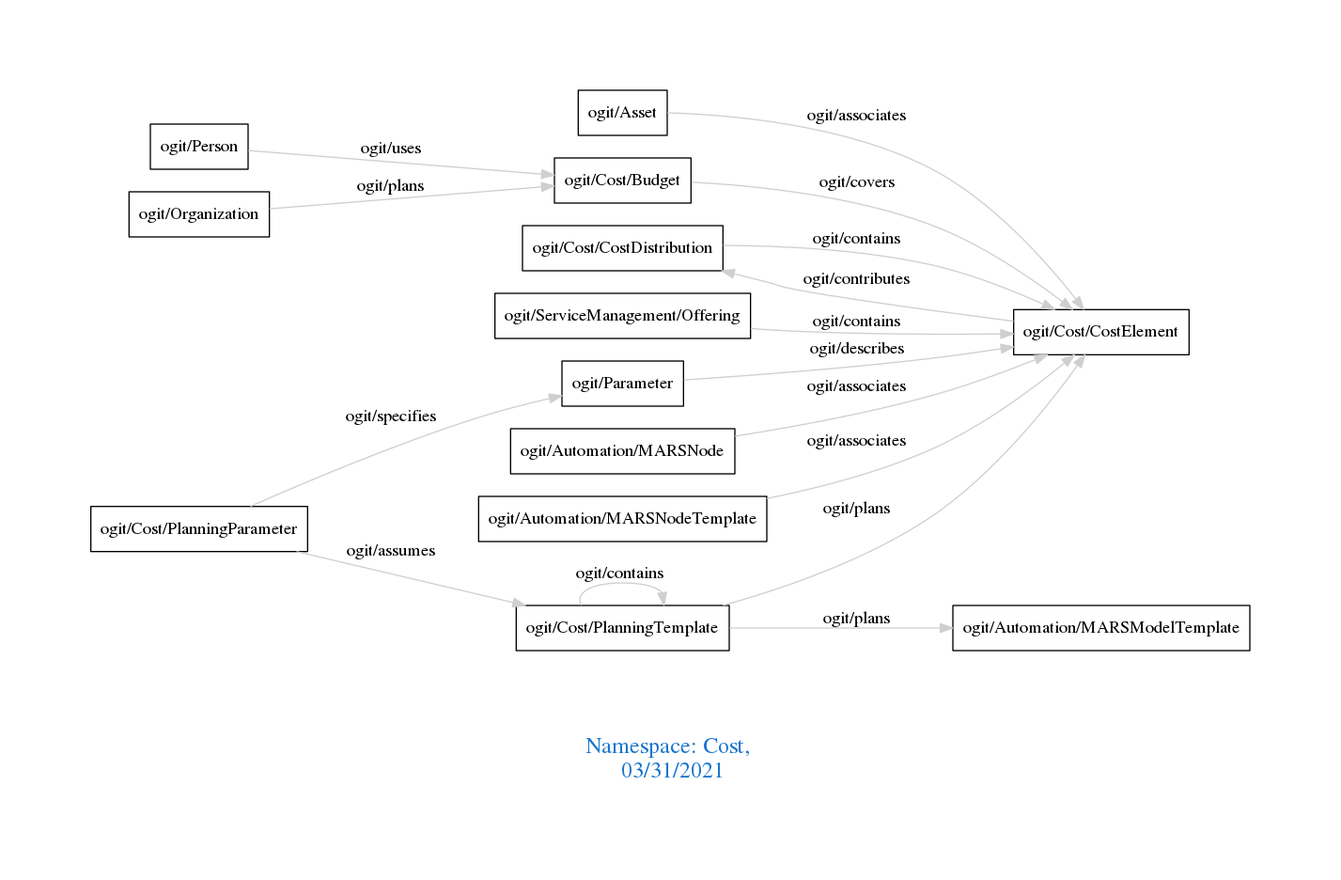
Above: downloads/Cost.png in arago/OGIT (Graphviz), before the change. Its source is kept beside it as downloads/Cost.dot.
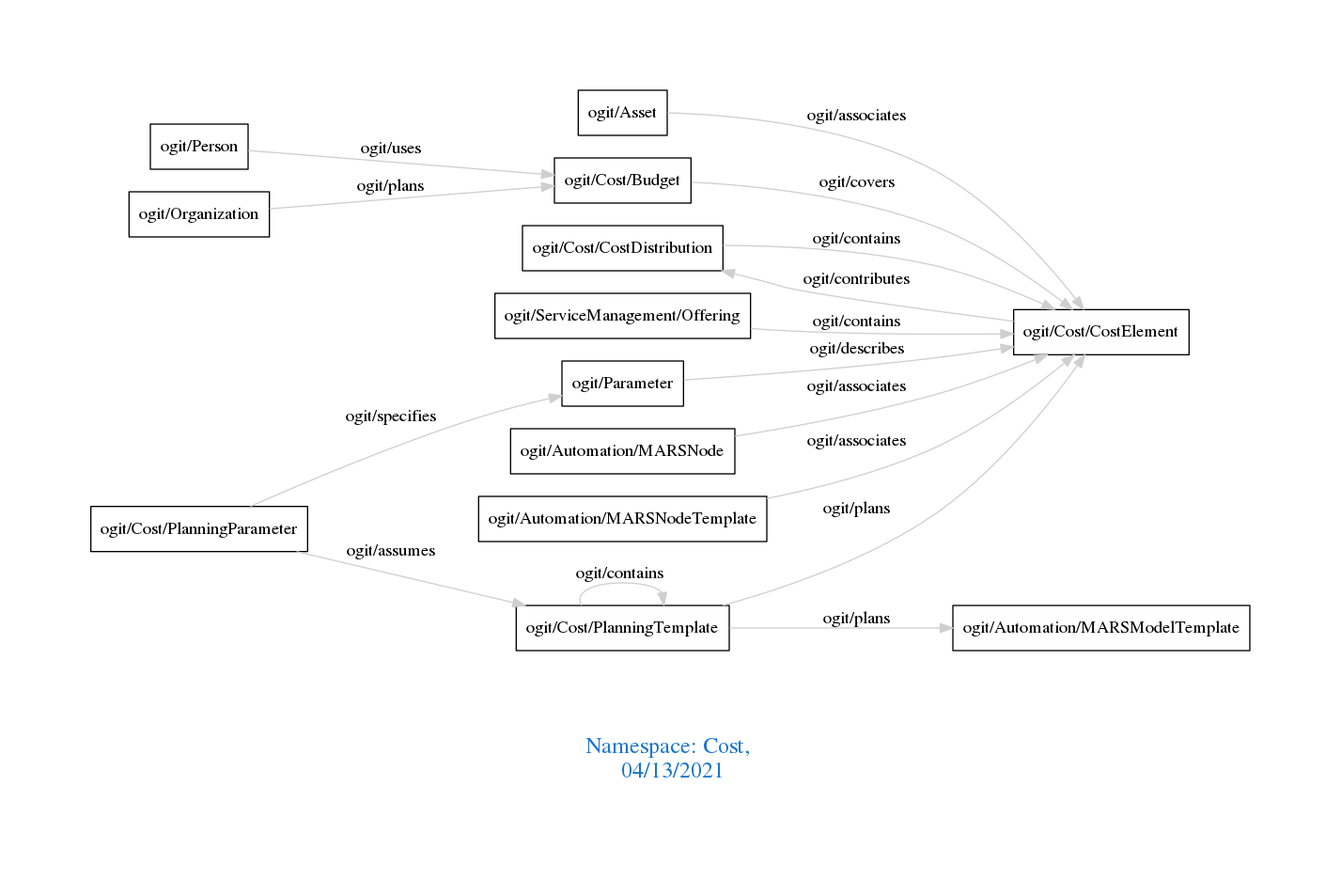
After the change.

Diff of the diagram source:
```diff
@@ -1,7 +1,7 @@
 digraph OGIT_ontology {
  graph [ rankdir= LR,pad=1
 fontsize = 18,
-fontcolor= dodgerblue3,label = "\n\n\nNamespace: Cost, \n 03/31/2021"];
+fontcolor= dodgerblue3,label = "\n\n\nNamespace: Cost, \n 04/13/2021"];
 node[shape=polygon];
 edge [  color="gray81"];
 
```
